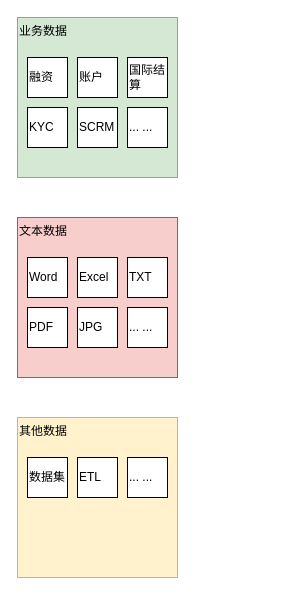
Above: LLSI/数据模块处理.drawio in 0573xieguojia/To-program (draw.io), before the change. Source tidied: cells renumbered, new cells numbered last; positions are measured from the earlier drawing's top-left corner, leaving out a move shared by most shapes. Both pictures are drawn from the tidied source at 100%, with x=0, y=0 at pixel (17, 17).
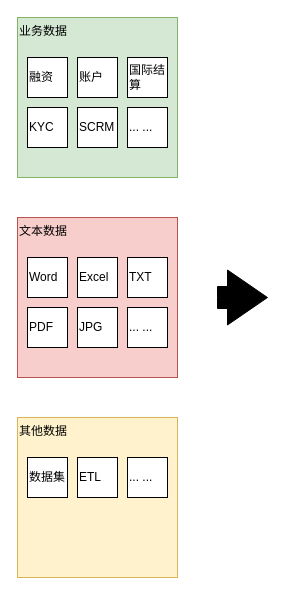
The same diagram, later.

Commit message (it also covers changes not shown here):
更新数据模块处理.drawio

What changed in the source:
```diff
@@
+    <mxCell id="20" style="html=1;shadow=0;dashed=0;align=center;verticalAlign=middle;shape=mxgraph.arrows2.arrow;dy=0.6;dx=40;notch=0;fillColor=#000000;" parent="1" vertex="1">
+      <mxGeometry x="200" y="252.5" width="50" height="55" as="geometry" />
+    </mxCell>
```
